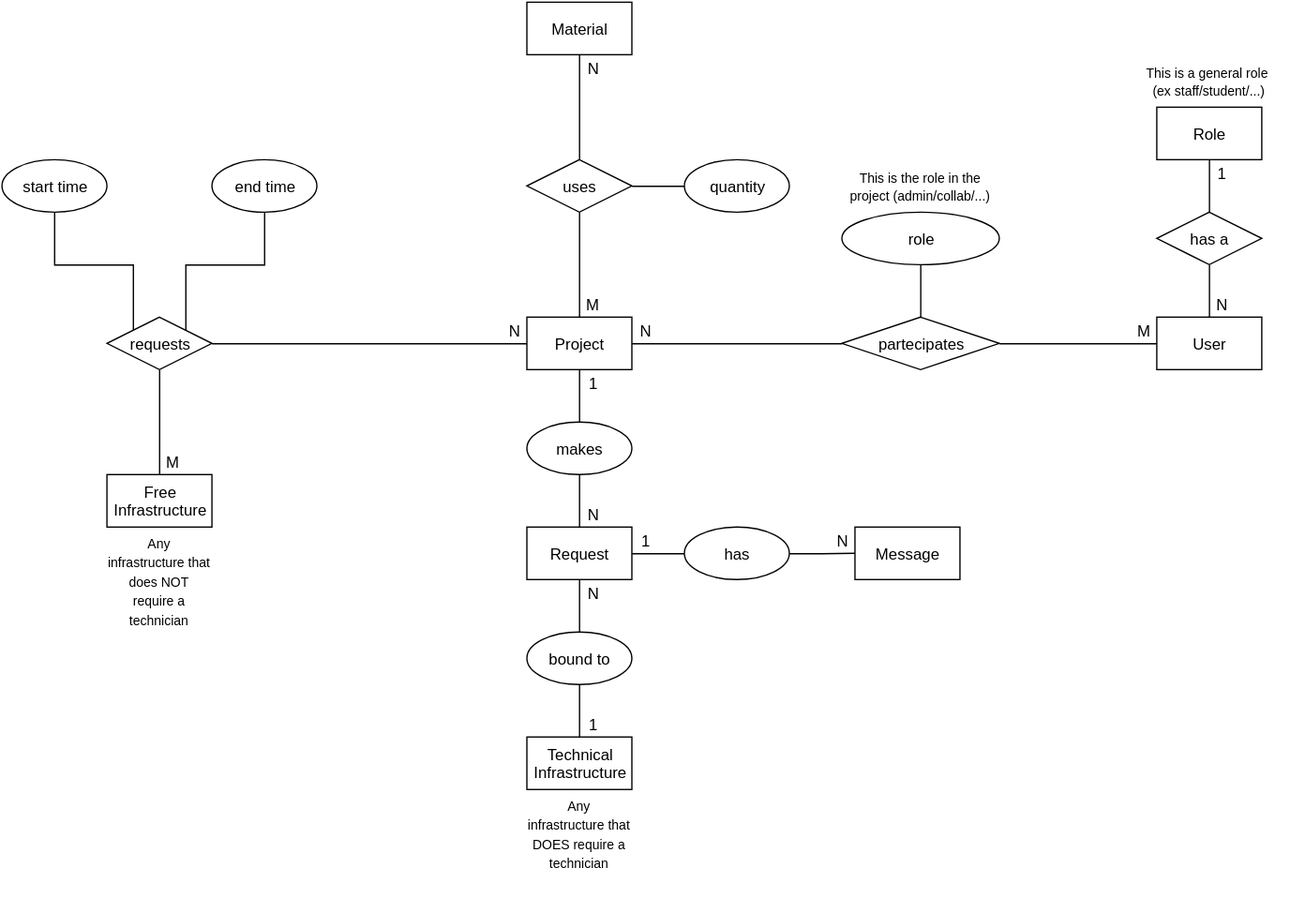
shalen-original/dbms2016-exam-project keeps this draw.io diagram as Schema/mpm-db-er-schema.svg. Above is the earlier version. Source tidied: cells renumbered, new cells last; positions are measured from the earlier drawing's top-left corner, leaving out a move shared by most shapes.
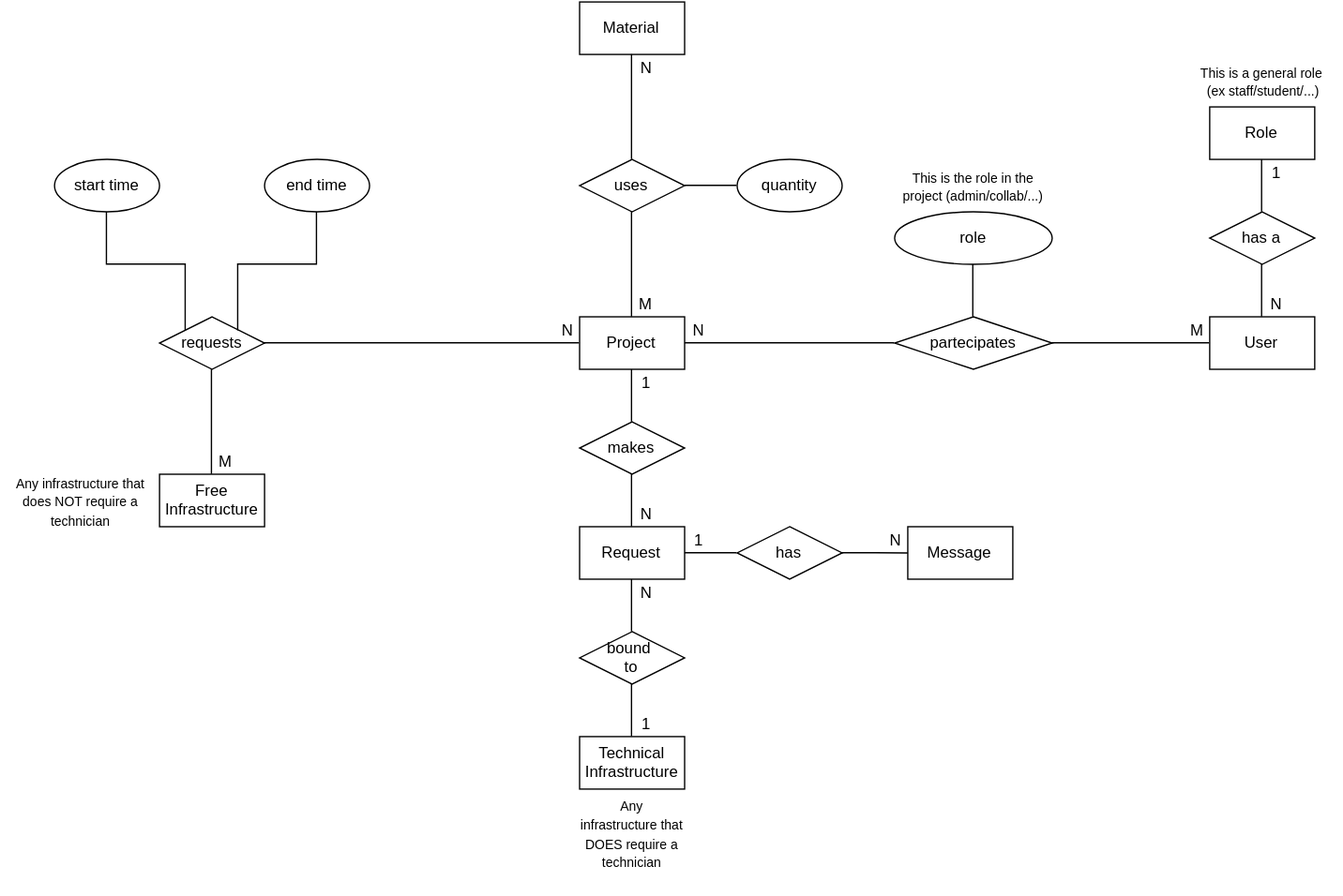
The same file after the commit.

Commit message:
Original ER schema symbol error fixed

Change to the diagram source:
```diff
@@ -8,7 +8,7 @@
     <mxCell id="3" style="edgeStyle=orthogonalEdgeStyle;rounded=0;html=1;exitX=0;exitY=0.5;endArrow=none;endFill=0;jettySize=auto;entryX=1;entryY=0.5;" parent="1" edge="1" source="5" target="25">
       <mxGeometry relative="1" as="geometry" />
     </mxCell>
-    <mxCell id="4" style="edgeStyle=orthogonalEdgeStyle;rounded=0;html=1;exitX=0.5;exitY=1;entryX=0.5;entryY=0;endArrow=none;endFill=0;jettySize=auto;" parent="1" edge="1" source="5" target="31">
+    <mxCell id="4" style="edgeStyle=orthogonalEdgeStyle;rounded=0;html=1;exitX=0.5;exitY=1;endArrow=none;endFill=0;jettySize=auto;entryX=0.5;entryY=0;" parent="1" edge="1" source="5" target="31">
       <mxGeometry relative="1" as="geometry" />
     </mxCell>
     <mxCell id="5" value="Project" style="whiteSpace=wrap;html=1;" parent="1" vertex="1">
@@ -26,17 +26,22 @@
     <mxCell id="9" value="Material" style="whiteSpace=wrap;html=1;" parent="1" vertex="1">
       <mxGeometry x="400" width="80" height="40" as="geometry" />
     </mxCell>
-    <mxCell id="10" style="edgeStyle=orthogonalEdgeStyle;rounded=0;html=1;exitX=0.5;exitY=1;entryX=0.5;entryY=0;endArrow=none;endFill=0;jettySize=auto;" parent="1" edge="1" source="12" target="32">
+    <mxCell id="10" style="edgeStyle=orthogonalEdgeStyle;rounded=0;html=1;exitX=0.5;exitY=1;endArrow=none;endFill=0;jettySize=auto;entryX=0.5;entryY=0;" parent="1" edge="1" source="12" target="32">
       <mxGeometry relative="1" as="geometry" />
     </mxCell>
-    <mxCell id="11" style="edgeStyle=orthogonalEdgeStyle;rounded=0;html=1;exitX=1;exitY=0.5;entryX=0;entryY=0.5;endArrow=none;endFill=0;jettySize=auto;" parent="1" edge="1" source="12" target="34">
+    <mxCell id="11" style="edgeStyle=orthogonalEdgeStyle;rounded=0;html=1;exitX=1;exitY=0.5;endArrow=none;endFill=0;jettySize=auto;entryX=0;entryY=0.5;" parent="1" edge="1" source="12" target="34">
       <mxGeometry relative="1" as="geometry" />
     </mxCell>
     <mxCell id="12" value="Request" style="whiteSpace=wrap;html=1;" parent="1" vertex="1">
       <mxGeometry x="400" y="400" width="80" height="40" as="geometry" />
     </mxCell>
     <mxCell id="13" style="edgeStyle=orthogonalEdgeStyle;rounded=0;html=1;exitX=0.5;exitY=0;entryX=0.5;entryY=1;endArrow=none;endFill=0;jettySize=auto;" parent="1" edge="1" source="45" target="32">
-      <mxGeometry relative="1" as="geometry" />
+      <mxGeometry relative="1" as="geometry">
+        <Array as="points">
+          <mxPoint x="440" y="540" />
+          <mxPoint x="440" y="540" />
+        </Array>
+      </mxGeometry>
     </mxCell>
     <mxCell id="14" value="Message" style="whiteSpace=wrap;html=1;" parent="1" vertex="1">
       <mxGeometry x="650" y="400" width="80" height="40" as="geometry" />
@@ -86,23 +91,14 @@
     <mxCell id="29" value="end time" style="ellipse;whiteSpace=wrap;html=1;" parent="1" vertex="1">
       <mxGeometry x="160" y="120" width="80" height="40" as="geometry" />
     </mxCell>
-    <mxCell id="30" style="edgeStyle=orthogonalEdgeStyle;rounded=0;html=1;exitX=0.5;exitY=1;entryX=0.5;entryY=0;endArrow=none;endFill=0;jettySize=auto;" parent="1" edge="1" source="31" target="12">
+    <mxCell id="30" style="edgeStyle=orthogonalEdgeStyle;rounded=0;html=1;entryX=0.5;entryY=0;endArrow=none;endFill=0;jettySize=auto;exitX=0.5;exitY=1;" parent="1" edge="1" source="31" target="12">
       <mxGeometry relative="1" as="geometry" />
     </mxCell>
-    <mxCell id="31" value="makes" style="ellipse;whiteSpace=wrap;html=1;" parent="1" vertex="1">
-      <mxGeometry x="400" y="320" width="80" height="40" as="geometry" />
-    </mxCell>
-    <mxCell id="32" value="bound to" style="ellipse;whiteSpace=wrap;html=1;" parent="1" vertex="1">
-      <mxGeometry x="400" y="480" width="80" height="40" as="geometry" />
-    </mxCell>
-    <mxCell id="33" style="edgeStyle=orthogonalEdgeStyle;rounded=0;html=1;exitX=1;exitY=0.5;endArrow=none;endFill=0;jettySize=auto;" parent="1" edge="1" source="34">
+    <mxCell id="33" style="edgeStyle=orthogonalEdgeStyle;rounded=0;html=1;endArrow=none;endFill=0;jettySize=auto;exitX=1;exitY=0.5;" parent="1" edge="1" source="34">
       <mxGeometry relative="1" as="geometry">
         <mxPoint x="650" y="420" as="targetPoint" />
       </mxGeometry>
     </mxCell>
-    <mxCell id="34" value="has" style="ellipse;whiteSpace=wrap;html=1;" parent="1" vertex="1">
-      <mxGeometry x="520" y="400" width="80" height="40" as="geometry" />
-    </mxCell>
     <mxCell id="35" style="group;" parent="1" vertex="1">
       <mxGeometry x="860" y="40" width="120" height="80" as="geometry" />
     </mxCell>
@@ -121,15 +117,6 @@
     <mxCell id="40" value="&lt;span style=&quot;font-size: 10px&quot;&gt;This is the role in the project (admin/collab/...)&lt;/span&gt;" style="text;html=1;strokeColor=none;fillColor=none;align=center;verticalAlign=middle;whiteSpace=wrap;rounded=0;shadow=0;glass=0;comic=0;" parent="38" vertex="1">
       <mxGeometry width="120" height="40" as="geometry" />
     </mxCell>
-    <mxCell id="41" style="group;" parent="1" vertex="1">
-      <mxGeometry x="80" y="360" width="80" height="120" as="geometry" />
-    </mxCell>
-    <mxCell id="42" value="Free&lt;div&gt;Infrastructure&lt;/div&gt;" style="whiteSpace=wrap;html=1;" parent="41" vertex="1">
-      <mxGeometry width="80" height="40" as="geometry" />
-    </mxCell>
-    <mxCell id="43" value="&lt;span style=&quot;font-size: 10px&quot;&gt;Any infrastructure that does NOT require a technician&lt;/span&gt;" style="text;html=1;strokeColor=none;fillColor=none;align=center;verticalAlign=middle;whiteSpace=wrap;rounded=0;shadow=0;glass=0;comic=0;" parent="41" vertex="1">
-      <mxGeometry y="40" width="80" height="80" as="geometry" />
-    </mxCell>
     <mxCell id="44" style="group;" parent="1" vertex="1">
       <mxGeometry x="400" y="560" width="80" height="120" as="geometry" />
     </mxCell>
@@ -181,5 +168,20 @@
     <mxCell id="60" value="1" style="text;html=1;strokeColor=none;fillColor=none;align=center;verticalAlign=middle;whiteSpace=wrap;rounded=0;shadow=0;glass=0;comic=0;" parent="1" vertex="1">
       <mxGeometry x="440" y="540" width="20" height="20" as="geometry" />
     </mxCell>
+    <mxCell id="42" value="Free&lt;div&gt;Infrastructure&lt;/div&gt;" style="whiteSpace=wrap;html=1;" parent="1" vertex="1">
+      <mxGeometry x="80" y="360" width="80" height="40" as="geometry" />
+    </mxCell>
+    <mxCell id="43" value="&lt;span style=&quot;font-size: 10px&quot;&gt;Any infrastructure that does NOT require a technician&lt;/span&gt;" style="text;html=1;strokeColor=none;fillColor=none;align=center;verticalAlign=middle;whiteSpace=wrap;rounded=0;shadow=0;glass=0;comic=0;" parent="1" vertex="1">
+      <mxGeometry x="-40" y="360" width="120" height="40" as="geometry" />
+    </mxCell>
+    <mxCell id="31" value="makes" style="rhombus;whiteSpace=wrap;html=1;" parent="1" vertex="1">
+      <mxGeometry x="400" y="320" width="80" height="40" as="geometry" />
+    </mxCell>
+    <mxCell id="34" value="has" style="rhombus;whiteSpace=wrap;html=1;" parent="1" vertex="1">
+      <mxGeometry x="520" y="400" width="80" height="40" as="geometry" />
+    </mxCell>
+    <mxCell id="32" value="bound&amp;nbsp;&lt;div&gt;to&lt;/div&gt;" style="rhombus;whiteSpace=wrap;html=1;" parent="1" vertex="1">
+      <mxGeometry x="400" y="480" width="80" height="40" as="geometry" />
+    </mxCell>
   </root>
 </mxGraphModel>
```
